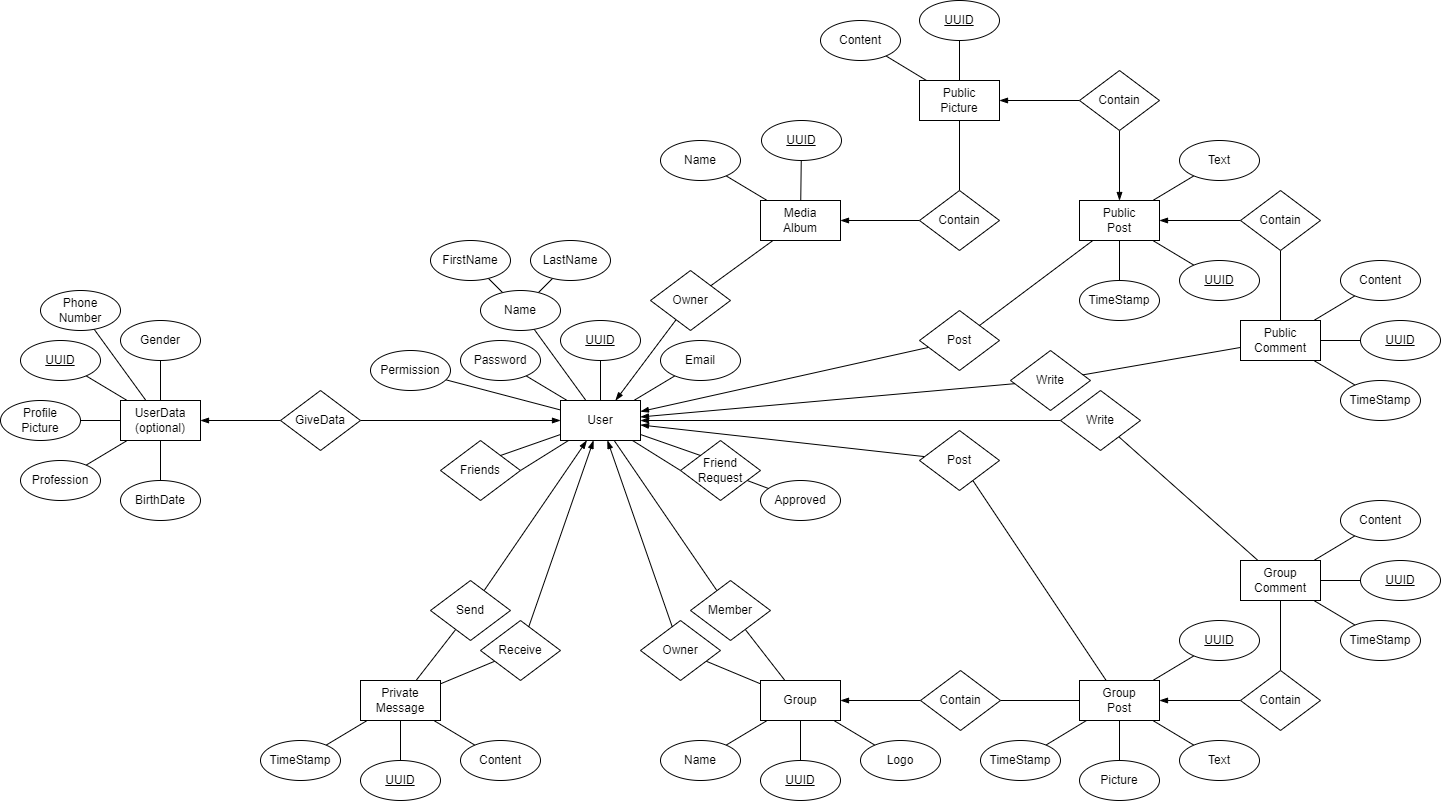
Above: documentation/diagrams/er_diagram.png in AasinR/post-request (draw.io), before the change. Source tidied: cells renumbered, new cells last; positions are measured from the earlier drawing's top-left corner, leaving out a move shared by most shapes.
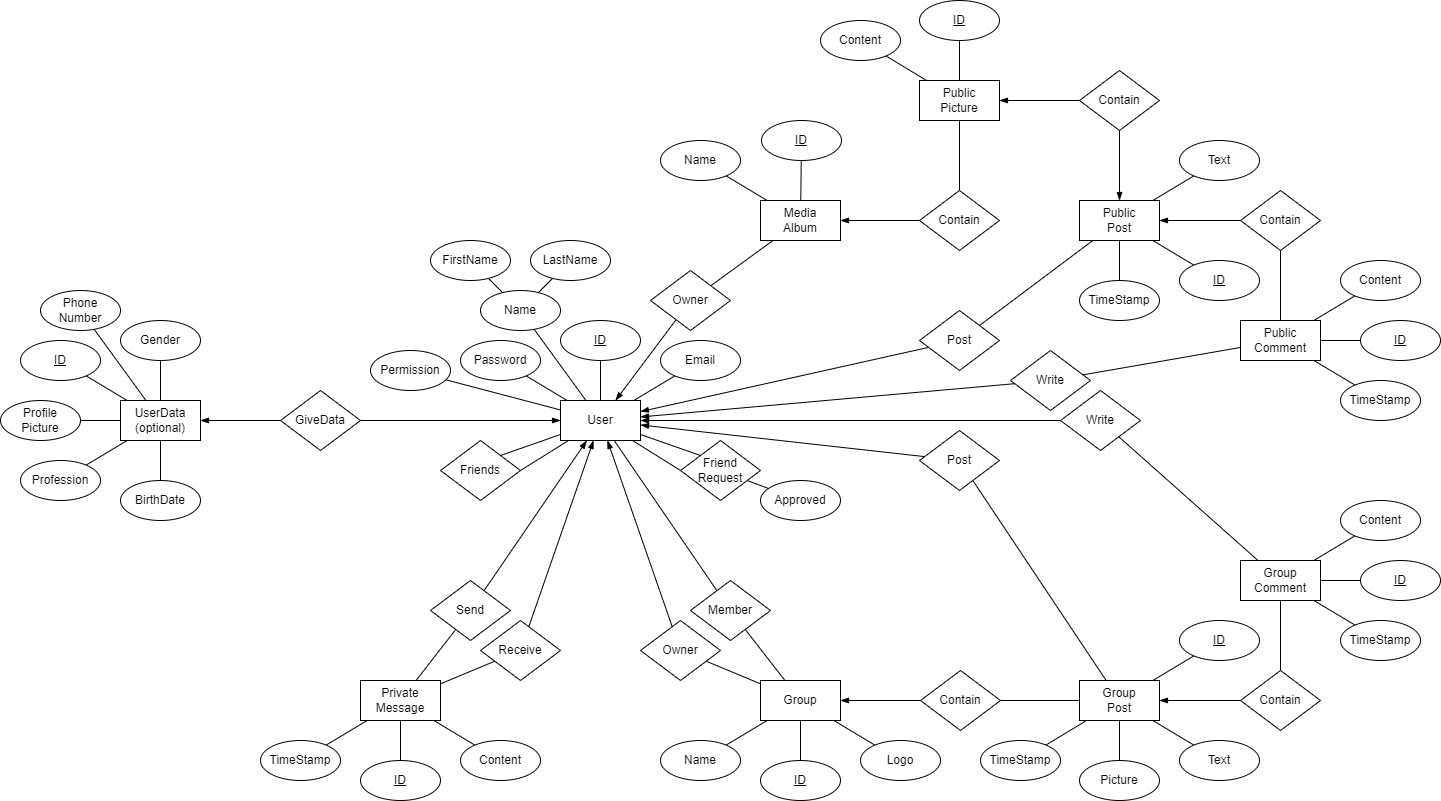
After the change.

Diff of the diagram source:
```diff
@@ -2,7 +2,7 @@
   <root>
     <mxCell id="0" />
     <mxCell id="1" parent="0" />
-    <mxCell id="2" value="&lt;u&gt;UUID&lt;/u&gt;" style="ellipse;whiteSpace=wrap;html=1;" parent="1" vertex="1">
+    <mxCell id="2" value="&lt;u&gt;ID&lt;/u&gt;" style="ellipse;whiteSpace=wrap;html=1;" parent="1" vertex="1">
       <mxGeometry x="560" y="320" width="80" height="40" as="geometry" />
     </mxCell>
     <mxCell id="3" style="edgeStyle=none;rounded=0;jettySize=auto;html=1;endArrow=none;endFill=0;" parent="1" edge="1" source="9" target="23">
@@ -86,7 +86,7 @@
     <mxCell id="29" value="Phone&lt;br&gt;Number" style="ellipse;whiteSpace=wrap;html=1;" parent="1" vertex="1">
       <mxGeometry x="40" y="290" width="80" height="40" as="geometry" />
     </mxCell>
-    <mxCell id="30" value="&lt;u&gt;UUID&lt;/u&gt;" style="ellipse;whiteSpace=wrap;html=1;" parent="1" vertex="1">
+    <mxCell id="30" value="&lt;u&gt;ID&lt;/u&gt;" style="ellipse;whiteSpace=wrap;html=1;" parent="1" vertex="1">
       <mxGeometry x="20" y="340" width="80" height="40" as="geometry" />
     </mxCell>
     <mxCell id="31" value="Gender" style="ellipse;whiteSpace=wrap;html=1;" parent="1" vertex="1">
@@ -125,7 +125,7 @@
     <mxCell id="42" value="Media&lt;br&gt;Album" style="rounded=0;whiteSpace=wrap;html=1;" parent="1" vertex="1">
       <mxGeometry x="760" y="200" width="80" height="40" as="geometry" />
     </mxCell>
-    <mxCell id="43" value="&lt;u&gt;UUID&lt;/u&gt;" style="ellipse;whiteSpace=wrap;html=1;" parent="1" vertex="1">
+    <mxCell id="43" value="&lt;u&gt;ID&lt;/u&gt;" style="ellipse;whiteSpace=wrap;html=1;" parent="1" vertex="1">
       <mxGeometry x="761" y="120" width="80" height="40" as="geometry" />
     </mxCell>
     <mxCell id="44" value="Name" style="ellipse;whiteSpace=wrap;html=1;" parent="1" vertex="1">
@@ -152,7 +152,7 @@
     <mxCell id="51" value="Public&lt;br&gt;Post" style="rounded=0;whiteSpace=wrap;html=1;" parent="1" vertex="1">
       <mxGeometry x="1079" y="200" width="80" height="40" as="geometry" />
     </mxCell>
-    <mxCell id="52" value="&lt;u&gt;UUID&lt;/u&gt;" style="ellipse;whiteSpace=wrap;html=1;" parent="1" vertex="1">
+    <mxCell id="52" value="&lt;u&gt;ID&lt;/u&gt;" style="ellipse;whiteSpace=wrap;html=1;" parent="1" vertex="1">
       <mxGeometry x="1179" y="260" width="80" height="40" as="geometry" />
     </mxCell>
     <mxCell id="53" value="Text" style="ellipse;whiteSpace=wrap;html=1;" parent="1" vertex="1">
@@ -170,7 +170,7 @@
     <mxCell id="57" value="Group" style="rounded=0;whiteSpace=wrap;html=1;" parent="1" vertex="1">
       <mxGeometry x="760" y="680" width="80" height="40" as="geometry" />
     </mxCell>
-    <mxCell id="58" value="&lt;u&gt;UUID&lt;/u&gt;" style="ellipse;whiteSpace=wrap;html=1;" parent="1" vertex="1">
+    <mxCell id="58" value="&lt;u&gt;ID&lt;/u&gt;" style="ellipse;whiteSpace=wrap;html=1;" parent="1" vertex="1">
       <mxGeometry x="760" y="760" width="80" height="40" as="geometry" />
     </mxCell>
     <mxCell id="59" value="Name" style="ellipse;whiteSpace=wrap;html=1;" parent="1" vertex="1">
@@ -206,7 +206,7 @@
     <mxCell id="69" value="Public&lt;br&gt;Comment" style="rounded=0;whiteSpace=wrap;html=1;" parent="1" vertex="1">
       <mxGeometry x="1240" y="320" width="80" height="40" as="geometry" />
     </mxCell>
-    <mxCell id="70" value="&lt;u&gt;UUID&lt;/u&gt;" style="ellipse;whiteSpace=wrap;html=1;" parent="1" vertex="1">
+    <mxCell id="70" value="&lt;u&gt;ID&lt;/u&gt;" style="ellipse;whiteSpace=wrap;html=1;" parent="1" vertex="1">
       <mxGeometry x="1360" y="320" width="80" height="40" as="geometry" />
     </mxCell>
     <mxCell id="71" value="Content" style="ellipse;whiteSpace=wrap;html=1;" parent="1" vertex="1">
@@ -230,7 +230,7 @@
     <mxCell id="77" value="Private&lt;br&gt;Message" style="rounded=0;whiteSpace=wrap;html=1;" parent="1" vertex="1">
       <mxGeometry x="360" y="680" width="80" height="40" as="geometry" />
     </mxCell>
-    <mxCell id="78" value="&lt;u&gt;UUID&lt;/u&gt;" style="ellipse;whiteSpace=wrap;html=1;" parent="1" vertex="1">
+    <mxCell id="78" value="&lt;u&gt;ID&lt;/u&gt;" style="ellipse;whiteSpace=wrap;html=1;" parent="1" vertex="1">
       <mxGeometry x="360" y="760" width="80" height="40" as="geometry" />
     </mxCell>
     <mxCell id="79" value="Content" style="ellipse;whiteSpace=wrap;html=1;" parent="1" vertex="1">
@@ -284,7 +284,7 @@
     <mxCell id="95" value="Group&lt;br&gt;Post" style="rounded=0;whiteSpace=wrap;html=1;" parent="1" vertex="1">
       <mxGeometry x="1079" y="680" width="80" height="40" as="geometry" />
     </mxCell>
-    <mxCell id="96" value="&lt;u&gt;UUID&lt;/u&gt;" style="ellipse;whiteSpace=wrap;html=1;" parent="1" vertex="1">
+    <mxCell id="96" value="&lt;u&gt;ID&lt;/u&gt;" style="ellipse;whiteSpace=wrap;html=1;" parent="1" vertex="1">
       <mxGeometry x="1179" y="620" width="80" height="40" as="geometry" />
     </mxCell>
     <mxCell id="97" value="Text" style="ellipse;whiteSpace=wrap;html=1;" parent="1" vertex="1">
@@ -338,7 +338,7 @@
     <mxCell id="113" value="Public&lt;br&gt;Picture" style="rounded=0;whiteSpace=wrap;html=1;" parent="1" vertex="1">
       <mxGeometry x="919" y="80" width="80" height="40" as="geometry" />
     </mxCell>
-    <mxCell id="114" value="&lt;u&gt;UUID&lt;/u&gt;" style="ellipse;whiteSpace=wrap;html=1;" parent="1" vertex="1">
+    <mxCell id="114" value="&lt;u&gt;ID&lt;/u&gt;" style="ellipse;whiteSpace=wrap;html=1;" parent="1" vertex="1">
       <mxGeometry x="919" width="80" height="40" as="geometry" />
     </mxCell>
     <mxCell id="115" value="Content" style="ellipse;whiteSpace=wrap;html=1;" parent="1" vertex="1">
@@ -374,7 +374,7 @@
     <mxCell id="125" value="Group&lt;br&gt;Comment" style="rounded=0;whiteSpace=wrap;html=1;" parent="1" vertex="1">
       <mxGeometry x="1240" y="560" width="80" height="40" as="geometry" />
     </mxCell>
-    <mxCell id="126" value="&lt;u&gt;UUID&lt;/u&gt;" style="ellipse;whiteSpace=wrap;html=1;" parent="1" vertex="1">
+    <mxCell id="126" value="&lt;u&gt;ID&lt;/u&gt;" style="ellipse;whiteSpace=wrap;html=1;" parent="1" vertex="1">
       <mxGeometry x="1360" y="560" width="80" height="40" as="geometry" />
     </mxCell>
     <mxCell id="127" value="Content" style="ellipse;whiteSpace=wrap;html=1;" parent="1" vertex="1">
```
